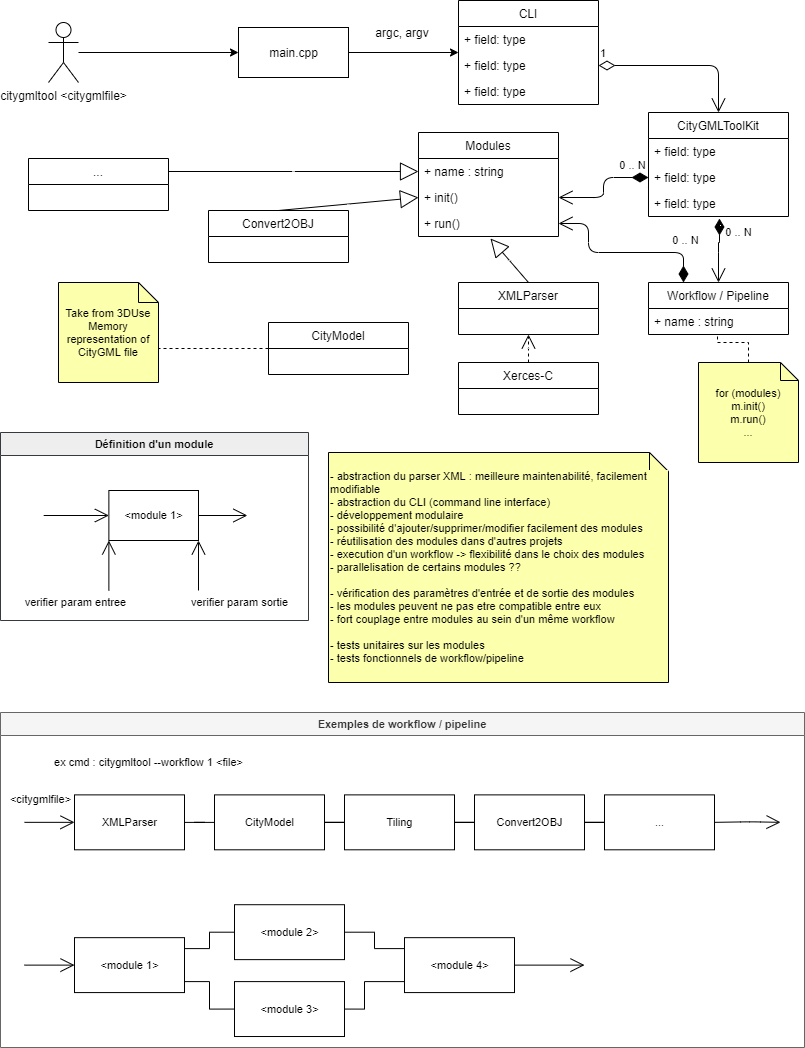
The draw.io diagram architecture/conception_citygmltool.png in VCityTeam/DA-POM-VilleUnity, before a commit. Source tidied: cells renumbered, new cells last; positions are measured from the earlier drawing's top-left corner, leaving out a move shared by most shapes.
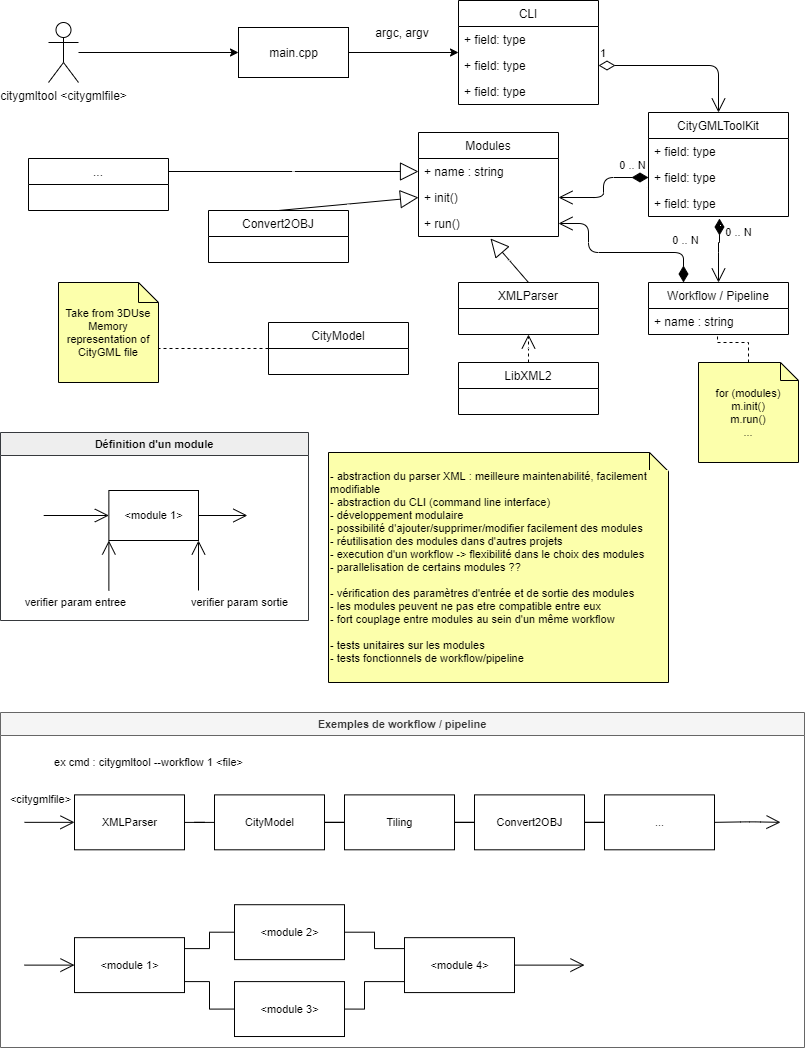
Later version of the same file.

Commit message:
:memo: Update architecture/conception_citygmltool.png

What changed in the source:
```diff
@@ -73,7 +73,7 @@
     <mxCell id="24" value="Use" style="endArrow=open;endSize=12;dashed=1;html=1;fontSize=1;exitX=0.5;exitY=0;exitDx=0;exitDy=0;entryX=0.5;entryY=1;entryDx=0;entryDy=0;" parent="1" edge="1" source="25" target="22">
       <mxGeometry relative="1" as="geometry" />
     </mxCell>
-    <mxCell id="25" value="Xerces-C" style="swimlane;fontStyle=0;horizontal=1;startSize=26;fillColor=none;" parent="1" vertex="1">
+    <mxCell id="25" value="LibXML2" style="swimlane;fontStyle=0;horizontal=1;startSize=26;fillColor=none;" parent="1" vertex="1">
       <mxGeometry x="458" y="362" width="140" height="52" as="geometry" />
     </mxCell>
     <mxCell id="26" style="edgeStyle=orthogonalEdgeStyle;rounded=0;jettySize=auto;html=1;exitX=0;exitY=0.5;exitDx=0;exitDy=0;entryX=0;entryY=0;entryDx=100;entryDy=60;entryPerimeter=0;startArrow=none;startFill=0;endArrow=none;endFill=0;fontSize=1;dashed=1;" parent="1" edge="1" source="27" target="38">
```
